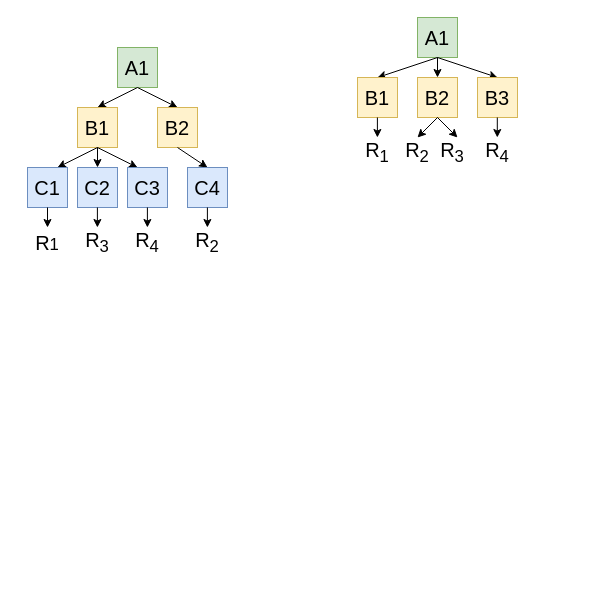
The draw.io diagram documentation/illustrations/radix_tree.drawio in sakshamrathi21/Structured_LLM_Optimization, before the edit. Source tidied: cells renumbered, new cells numbered last; positions are measured from the earlier drawing's top-left corner, leaving out a move shared by most shapes. Both pictures are drawn from the tidied source at 100%, with x=0, y=0 at pixel (17, 17).
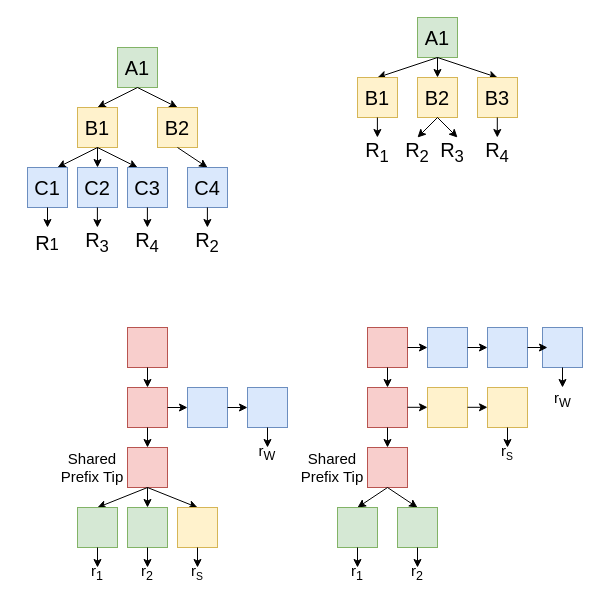
After the change.

Diff of the diagram source:
```diff
@@
+    <mxCell id="38" style="rounded=0;whiteSpace=wrap;html=1;fillColor=#dae8fc;strokeColor=#6c8ebf;" parent="1" vertex="1">
+      <mxGeometry x="525" y="310" width="40" height="40" as="geometry" />
+    </mxCell>
@@
+    <mxCell id="39" style="rounded=0;whiteSpace=wrap;html=1;fillColor=#f8cecc;strokeColor=#b85450;" parent="1" vertex="1">
+      <mxGeometry x="110" y="310" width="40" height="40" as="geometry" />
+    </mxCell>
+    <mxCell id="40" style="endArrow=classic;html=1;rounded=0;exitX=0.5;exitY=1;exitDx=0;exitDy=0;" parent="1" edge="1" source="39">
+      <mxGeometry relative="1" as="geometry">
+        <mxPoint x="130" y="370" as="targetPoint" />
+      </mxGeometry>
+    </mxCell>
+    <mxCell id="41" style="rounded=0;whiteSpace=wrap;html=1;fillColor=#f8cecc;strokeColor=#b85450;" parent="1" vertex="1">
+      <mxGeometry x="110" y="370" width="40" height="40" as="geometry" />
+    </mxCell>
+    <mxCell id="42" style="endArrow=classic;html=1;rounded=0;exitX=0.5;exitY=1;exitDx=0;exitDy=0;" parent="1" edge="1" source="41">
+      <mxGeometry relative="1" as="geometry">
+        <mxPoint x="130" y="430" as="targetPoint" />
+      </mxGeometry>
+    </mxCell>
+    <mxCell id="43" style="rounded=0;whiteSpace=wrap;html=1;fillColor=#f8cecc;strokeColor=#b85450;" parent="1" vertex="1">
+      <mxGeometry x="110" y="430" width="40" height="40" as="geometry" />
+    </mxCell>
+    <mxCell id="44" style="endArrow=classic;html=1;rounded=0;exitX=0.5;exitY=1;exitDx=0;exitDy=0;entryX=0;entryY=0.5;entryDx=0;entryDy=0;" parent="1" edge="1" source="43" target="45">
+      <mxGeometry relative="1" as="geometry" />
+    </mxCell>
+    <mxCell id="45" style="rounded=0;whiteSpace=wrap;html=1;direction=south;fillColor=#d5e8d4;strokeColor=#82b366;" parent="1" vertex="1">
+      <mxGeometry x="60" y="490" width="40" height="40" as="geometry" />
+    </mxCell>
+    <mxCell id="46" style="endArrow=classic;html=1;rounded=0;entryX=0.5;entryY=0;entryDx=0;entryDy=0;" parent="1" edge="1" target="47">
+      <mxGeometry relative="1" as="geometry">
+        <mxPoint x="130" y="470" as="sourcePoint" />
+      </mxGeometry>
+    </mxCell>
+    <mxCell id="47" style="rounded=0;whiteSpace=wrap;html=1;fillColor=#d5e8d4;strokeColor=#82b366;" parent="1" vertex="1">
+      <mxGeometry x="110" y="490" width="40" height="40" as="geometry" />
+    </mxCell>
+    <mxCell id="48" style="endArrow=classic;html=1;rounded=0;entryX=0.5;entryY=0;entryDx=0;entryDy=0;" parent="1" edge="1" target="49">
+      <mxGeometry relative="1" as="geometry">
+        <mxPoint x="130" y="470" as="sourcePoint" />
+      </mxGeometry>
+    </mxCell>
+    <mxCell id="49" style="rounded=0;whiteSpace=wrap;html=1;fillColor=#fff2cc;strokeColor=#d6b656;" parent="1" vertex="1">
+      <mxGeometry x="160" y="490" width="40" height="40" as="geometry" />
+    </mxCell>
+    <mxCell id="50" style="rounded=0;whiteSpace=wrap;html=1;fillColor=#dae8fc;strokeColor=#6c8ebf;" parent="1" vertex="1">
+      <mxGeometry x="170" y="370" width="40" height="40" as="geometry" />
+    </mxCell>
+    <mxCell id="51" style="rounded=0;whiteSpace=wrap;html=1;fillColor=#dae8fc;strokeColor=#6c8ebf;" parent="1" vertex="1">
+      <mxGeometry x="230" y="370" width="40" height="40" as="geometry" />
+    </mxCell>
+    <mxCell id="52" style="endArrow=classic;html=1;rounded=0;entryX=0;entryY=0.5;entryDx=0;entryDy=0;exitX=1;exitY=0.5;exitDx=0;exitDy=0;" parent="1" edge="1" source="41" target="50">
+      <mxGeometry relative="1" as="geometry" />
+    </mxCell>
+    <mxCell id="53" style="endArrow=classic;html=1;rounded=0;entryX=0;entryY=0.5;entryDx=0;entryDy=0;exitX=1;exitY=0.5;exitDx=0;exitDy=0;" parent="1" edge="1" source="50" target="51">
+      <mxGeometry relative="1" as="geometry" />
+    </mxCell>
+    <mxCell id="54" value="&lt;font style=&quot;font-size: 15px;&quot;&gt;Shared Prefix Tip&lt;/font&gt;" style="text;html=1;whiteSpace=wrap;strokeColor=none;fillColor=none;align=center;verticalAlign=middle;rounded=0;" parent="1" vertex="1">
+      <mxGeometry x="40" y="435" width="70" height="30" as="geometry" />
+    </mxCell>
+    <mxCell id="55" style="endArrow=classic;html=1;rounded=0;exitX=0.5;exitY=1;exitDx=0;exitDy=0;" parent="1" edge="1" source="51">
+      <mxGeometry relative="1" as="geometry">
+        <mxPoint x="250" y="430" as="targetPoint" />
+      </mxGeometry>
+    </mxCell>
+    <mxCell id="56" value="&lt;font style=&quot;font-size: 15px;&quot;&gt;r&lt;sub style=&quot;&quot;&gt;W&lt;/sub&gt;&lt;/font&gt;" style="text;html=1;whiteSpace=wrap;strokeColor=none;fillColor=none;align=center;verticalAlign=middle;rounded=0;" parent="1" vertex="1">
+      <mxGeometry x="220" y="420" width="60" height="30" as="geometry" />
+    </mxCell>
+    <mxCell id="57" style="endArrow=classic;html=1;rounded=0;exitX=0.5;exitY=1;exitDx=0;exitDy=0;" parent="1" edge="1" source="49">
+      <mxGeometry relative="1" as="geometry">
+        <mxPoint x="180" y="550" as="targetPoint" />
+      </mxGeometry>
+    </mxCell>
+    <mxCell id="58" value="&lt;font style=&quot;font-size: 15px;&quot;&gt;r&lt;/font&gt;&lt;font style=&quot;font-size: 12.5px;&quot;&gt;&lt;sub&gt;S&lt;/sub&gt;&lt;/font&gt;" style="text;html=1;whiteSpace=wrap;strokeColor=none;fillColor=none;align=center;verticalAlign=middle;rounded=0;" parent="1" vertex="1">
+      <mxGeometry x="150" y="540" width="60" height="30" as="geometry" />
+    </mxCell>
+    <mxCell id="59" style="endArrow=classic;html=1;rounded=0;exitX=1;exitY=0.5;exitDx=0;exitDy=0;" parent="1" edge="1" source="45">
+      <mxGeometry relative="1" as="geometry">
+        <mxPoint x="80" y="550" as="targetPoint" />
+      </mxGeometry>
+    </mxCell>
+    <mxCell id="60" value="&lt;font style=&quot;font-size: 15px;&quot;&gt;&lt;font style=&quot;&quot;&gt;r&lt;sub&gt;1&lt;/sub&gt;&lt;/font&gt;&lt;/font&gt;" style="text;html=1;whiteSpace=wrap;strokeColor=none;fillColor=none;align=center;verticalAlign=middle;rounded=0;" parent="1" vertex="1">
+      <mxGeometry x="50" y="540" width="60" height="30" as="geometry" />
+    </mxCell>
+    <mxCell id="61" style="endArrow=classic;html=1;rounded=0;exitX=0.5;exitY=1;exitDx=0;exitDy=0;" parent="1" edge="1" source="47">
+      <mxGeometry relative="1" as="geometry">
+        <mxPoint x="130" y="550" as="targetPoint" />
+      </mxGeometry>
+    </mxCell>
+    <mxCell id="62" value="&lt;font style=&quot;&quot;&gt;&lt;font style=&quot;&quot;&gt;&lt;font style=&quot;font-size: 15px;&quot;&gt;r&lt;sub&gt;2&lt;/sub&gt;&lt;/font&gt;&lt;/font&gt;&lt;/font&gt;" style="text;html=1;whiteSpace=wrap;strokeColor=none;fillColor=none;align=center;verticalAlign=middle;rounded=0;" parent="1" vertex="1">
+      <mxGeometry x="100" y="540" width="60" height="30" as="geometry" />
+    </mxCell>
+    <mxCell id="63" style="rounded=0;whiteSpace=wrap;html=1;fillColor=#f8cecc;strokeColor=#b85450;" parent="1" vertex="1">
+      <mxGeometry x="350" y="310" width="40" height="40" as="geometry" />
+    </mxCell>
+    <mxCell id="64" style="endArrow=classic;html=1;rounded=0;exitX=0.5;exitY=1;exitDx=0;exitDy=0;" parent="1" edge="1" source="63">
+      <mxGeometry relative="1" as="geometry">
+        <mxPoint x="370" y="370" as="targetPoint" />
+      </mxGeometry>
+    </mxCell>
+    <mxCell id="65" style="rounded=0;whiteSpace=wrap;html=1;fillColor=#f8cecc;strokeColor=#b85450;" parent="1" vertex="1">
+      <mxGeometry x="350" y="370" width="40" height="40" as="geometry" />
+    </mxCell>
+    <mxCell id="66" style="endArrow=classic;html=1;rounded=0;exitX=0.5;exitY=1;exitDx=0;exitDy=0;" parent="1" edge="1" source="65">
+      <mxGeometry relative="1" as="geometry">
+        <mxPoint x="370" y="430" as="targetPoint" />
+      </mxGeometry>
+    </mxCell>
+    <mxCell id="67" style="rounded=0;whiteSpace=wrap;html=1;fillColor=#f8cecc;strokeColor=#b85450;" parent="1" vertex="1">
+      <mxGeometry x="350" y="430" width="40" height="40" as="geometry" />
+    </mxCell>
+    <mxCell id="68" style="endArrow=classic;html=1;rounded=0;exitX=0.5;exitY=1;exitDx=0;exitDy=0;entryX=0;entryY=0.5;entryDx=0;entryDy=0;" parent="1" edge="1" source="67" target="69">
+      <mxGeometry relative="1" as="geometry" />
+    </mxCell>
+    <mxCell id="69" style="rounded=0;whiteSpace=wrap;html=1;direction=south;fillColor=#d5e8d4;strokeColor=#82b366;" parent="1" vertex="1">
+      <mxGeometry x="320" y="490" width="40" height="40" as="geometry" />
+    </mxCell>
+    <mxCell id="70" style="endArrow=classic;html=1;rounded=0;entryX=0.5;entryY=0;entryDx=0;entryDy=0;" parent="1" edge="1" target="71">
+      <mxGeometry relative="1" as="geometry">
+        <mxPoint x="370" y="470" as="sourcePoint" />
+      </mxGeometry>
+    </mxCell>
+    <mxCell id="71" style="rounded=0;whiteSpace=wrap;html=1;fillColor=#d5e8d4;strokeColor=#82b366;" parent="1" vertex="1">
+      <mxGeometry x="380" y="490" width="40" height="40" as="geometry" />
+    </mxCell>
+    <mxCell id="72" style="rounded=0;whiteSpace=wrap;html=1;fillColor=#dae8fc;strokeColor=#6c8ebf;" parent="1" vertex="1">
+      <mxGeometry x="410" y="310" width="40" height="40" as="geometry" />
+    </mxCell>
+    <mxCell id="73" style="rounded=0;whiteSpace=wrap;html=1;fillColor=#dae8fc;strokeColor=#6c8ebf;" parent="1" vertex="1">
+      <mxGeometry x="470" y="310" width="40" height="40" as="geometry" />
+    </mxCell>
+    <mxCell id="74" style="endArrow=classic;html=1;rounded=0;entryX=0;entryY=0.5;entryDx=0;entryDy=0;exitX=1;exitY=0.5;exitDx=0;exitDy=0;" parent="1" edge="1" target="72">
+      <mxGeometry relative="1" as="geometry">
+        <mxPoint x="390" y="330" as="sourcePoint" />
+      </mxGeometry>
+    </mxCell>
+    <mxCell id="75" style="endArrow=classic;html=1;rounded=0;entryX=0;entryY=0.5;entryDx=0;entryDy=0;exitX=1;exitY=0.5;exitDx=0;exitDy=0;" parent="1" edge="1" source="72" target="73">
+      <mxGeometry relative="1" as="geometry" />
+    </mxCell>
+    <mxCell id="76" value="&lt;font style=&quot;font-size: 15px;&quot;&gt;Shared Prefix Tip&lt;/font&gt;" style="text;html=1;whiteSpace=wrap;strokeColor=none;fillColor=none;align=center;verticalAlign=middle;rounded=0;" parent="1" vertex="1">
+      <mxGeometry x="280" y="435" width="70" height="30" as="geometry" />
+    </mxCell>
+    <mxCell id="77" value="&lt;font style=&quot;font-size: 15px;&quot;&gt;r&lt;sub style=&quot;&quot;&gt;W&lt;/sub&gt;&lt;/font&gt;" style="text;html=1;whiteSpace=wrap;strokeColor=none;fillColor=none;align=center;verticalAlign=middle;rounded=0;" parent="1" vertex="1">
+      <mxGeometry x="512.5" y="370" width="65" height="23" as="geometry" />
+    </mxCell>
+    <mxCell id="78" style="endArrow=classic;html=1;rounded=0;exitX=1;exitY=0.5;exitDx=0;exitDy=0;" parent="1" edge="1" source="69">
+      <mxGeometry relative="1" as="geometry">
+        <mxPoint x="340" y="550" as="targetPoint" />
+      </mxGeometry>
+    </mxCell>
+    <mxCell id="79" value="&lt;font style=&quot;font-size: 15px;&quot;&gt;&lt;font style=&quot;&quot;&gt;r&lt;sub&gt;1&lt;/sub&gt;&lt;/font&gt;&lt;/font&gt;" style="text;html=1;whiteSpace=wrap;strokeColor=none;fillColor=none;align=center;verticalAlign=middle;rounded=0;" parent="1" vertex="1">
+      <mxGeometry x="310" y="540" width="60" height="30" as="geometry" />
+    </mxCell>
+    <mxCell id="80" style="endArrow=classic;html=1;rounded=0;exitX=0.5;exitY=1;exitDx=0;exitDy=0;" parent="1" edge="1" source="71">
+      <mxGeometry relative="1" as="geometry">
+        <mxPoint x="400" y="550" as="targetPoint" />
+      </mxGeometry>
+    </mxCell>
+    <mxCell id="81" value="&lt;font style=&quot;&quot;&gt;&lt;font style=&quot;&quot;&gt;&lt;font style=&quot;font-size: 15px;&quot;&gt;r&lt;sub&gt;2&lt;/sub&gt;&lt;/font&gt;&lt;/font&gt;&lt;/font&gt;" style="text;html=1;whiteSpace=wrap;strokeColor=none;fillColor=none;align=center;verticalAlign=middle;rounded=0;" parent="1" vertex="1">
+      <mxGeometry x="370" y="540" width="60" height="30" as="geometry" />
+    </mxCell>
+    <mxCell id="82" style="endArrow=classic;html=1;rounded=0;exitX=1;exitY=0.5;exitDx=0;exitDy=0;" parent="1" edge="1">
+      <mxGeometry relative="1" as="geometry">
+        <mxPoint x="510" y="330" as="sourcePoint" />
+        <mxPoint x="530" y="330" as="targetPoint" />
+      </mxGeometry>
+    </mxCell>
+    <mxCell id="83" style="endArrow=classic;html=1;rounded=0;exitX=0.5;exitY=1;exitDx=0;exitDy=0;" parent="1" edge="1" source="38" target="77">
+      <mxGeometry relative="1" as="geometry" />
+    </mxCell>
+    <mxCell id="84" style="rounded=0;whiteSpace=wrap;html=1;fillColor=#fff2cc;strokeColor=#d6b656;" parent="1" vertex="1">
+      <mxGeometry x="410" y="370" width="40" height="40" as="geometry" />
+    </mxCell>
+    <mxCell id="85" style="rounded=0;whiteSpace=wrap;html=1;fillColor=#fff2cc;strokeColor=#d6b656;" parent="1" vertex="1">
+      <mxGeometry x="470" y="370" width="40" height="40" as="geometry" />
+    </mxCell>
+    <mxCell id="86" style="endArrow=classic;html=1;rounded=0;entryX=0;entryY=0.5;entryDx=0;entryDy=0;exitX=1;exitY=0.5;exitDx=0;exitDy=0;" parent="1" edge="1">
+      <mxGeometry relative="1" as="geometry">
+        <mxPoint x="390" y="389.8" as="sourcePoint" />
+        <mxPoint x="410" y="389.8" as="targetPoint" />
+      </mxGeometry>
+    </mxCell>
+    <mxCell id="87" style="endArrow=classic;html=1;rounded=0;entryX=0;entryY=0.5;entryDx=0;entryDy=0;exitX=1;exitY=0.5;exitDx=0;exitDy=0;" parent="1" edge="1">
+      <mxGeometry relative="1" as="geometry">
+        <mxPoint x="450" y="389.8" as="sourcePoint" />
+        <mxPoint x="470" y="389.8" as="targetPoint" />
+      </mxGeometry>
+    </mxCell>
+    <mxCell id="88" value="&lt;font style=&quot;font-size: 15px;&quot;&gt;r&lt;/font&gt;&lt;font style=&quot;font-size: 12.5px;&quot;&gt;&lt;sub&gt;S&lt;/sub&gt;&lt;/font&gt;" style="text;html=1;whiteSpace=wrap;strokeColor=none;fillColor=none;align=center;verticalAlign=middle;rounded=0;" parent="1" vertex="1">
+      <mxGeometry x="460" y="420" width="60" height="30" as="geometry" />
+    </mxCell>
+    <mxCell id="89" style="endArrow=classic;html=1;rounded=0;exitX=0.5;exitY=1;exitDx=0;exitDy=0;" parent="1" edge="1" source="85">
+      <mxGeometry relative="1" as="geometry">
+        <mxPoint x="490" y="430" as="targetPoint" />
+      </mxGeometry>
+    </mxCell>
```
